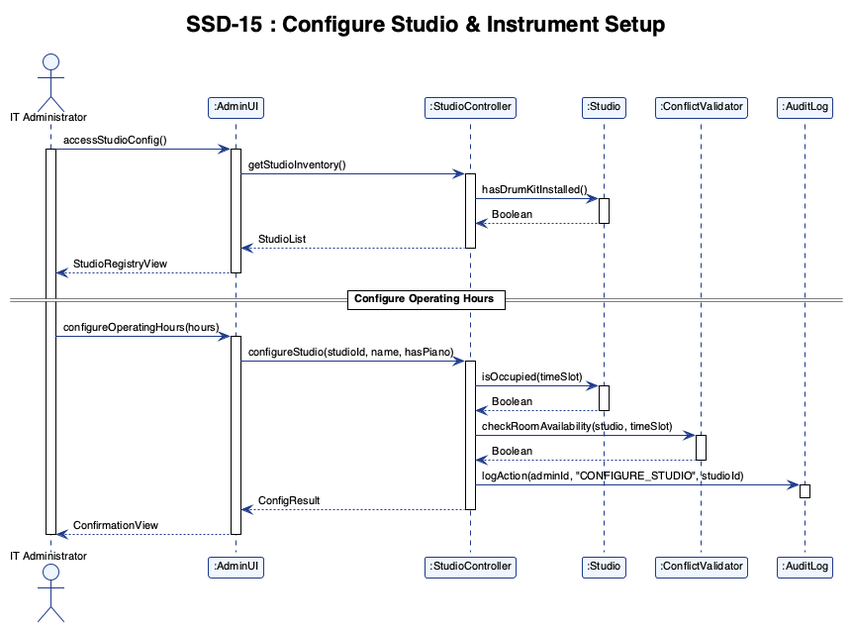
This is report/assets/ssd_15.png from adoreblvnk/2001temp, a PlantUML export, as it was before one commit.
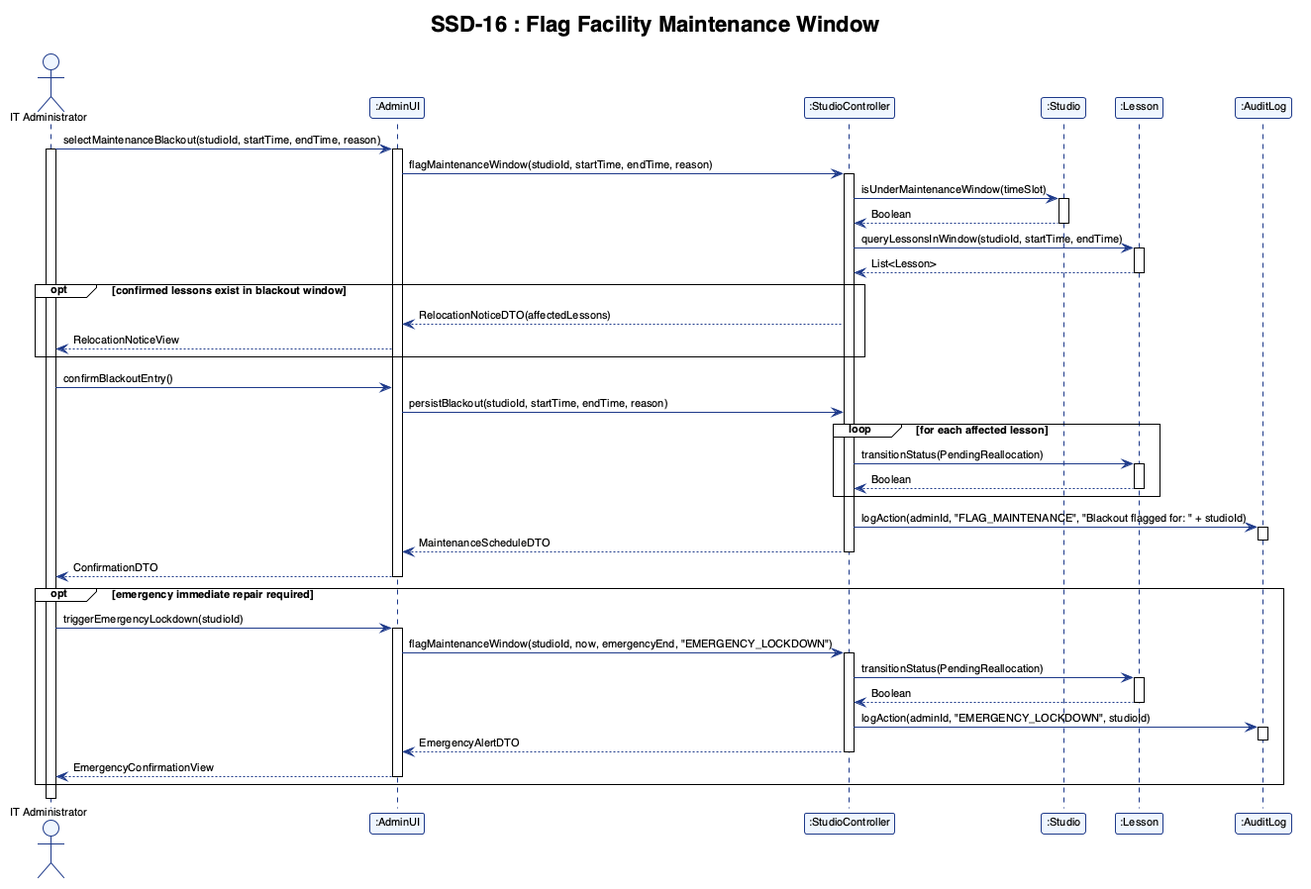
Above is the later version.

Change to the diagram source:
```diff
@@ -1,4 +1,4 @@
-@startuml ssd_15
+@startuml ssd_16
 !theme plain
 skinparam shadowing false
 skinparam defaultFontName "Helvetica", "Arial", sans-serif
@@ -13,50 +13,72 @@
     ActorBackgroundColor #EFF6FF
 }
 
-title SSD-15 : Configure Studio & Instrument Setup
+title SSD-16 : Flag Facility Maintenance Window
 
 actor "IT Administrator" as ITAdmin
 participant ":AdminUI" as AdminUI
 participant ":StudioController" as StudioController
 participant ":Studio" as Studio
-participant ":ConflictValidator" as ConflictValidator
+participant ":Lesson" as Lesson
 participant ":AuditLog" as AuditLog
 
-ITAdmin -> AdminUI : accessStudioConfig()
+ITAdmin -> AdminUI : selectMaintenanceBlackout(studioId, startTime, endTime, reason)
 activate ITAdmin
 activate AdminUI
-AdminUI -> StudioController : getStudioInventory()
+AdminUI -> StudioController : flagMaintenanceWindow(studioId, startTime, endTime, reason)
 activate StudioController
-StudioController -> Studio : hasDrumKitInstalled()
+
+StudioController -> Studio : isUnderMaintenanceWindow(timeSlot)
 activate Studio
 Studio --> StudioController : Boolean
 deactivate Studio
-StudioController --> AdminUI : StudioList
+
+StudioController -> Lesson : queryLessonsInWindow(studioId, startTime, endTime)
+activate Lesson
+Lesson --> StudioController : List<Lesson>
+deactivate Lesson
+
+opt confirmed lessons exist in blackout window
+    StudioController --> AdminUI : RelocationNoticeDTO(affectedLessons)
+    AdminUI --> ITAdmin : RelocationNoticeView
+end
+
+ITAdmin -> AdminUI : confirmBlackoutEntry()
+AdminUI -> StudioController : persistBlackout(studioId, startTime, endTime, reason)
+
+loop for each affected lesson
+    StudioController -> Lesson : transitionStatus(PendingReallocation)
+    activate Lesson
+    Lesson --> StudioController : Boolean
+    deactivate Lesson
+end
+
+StudioController -> AuditLog : logAction(adminId, "FLAG_MAINTENANCE", "Blackout flagged for: " + studioId)
+activate AuditLog
+deactivate AuditLog
+
+StudioController --> AdminUI : MaintenanceScheduleDTO
 deactivate StudioController
-AdminUI --> ITAdmin : StudioRegistryView
+AdminUI --> ITAdmin : ConfirmationDTO
 deactivate AdminUI
 
-== Configure Operating Hours ==
-
-ITAdmin -> AdminUI : configureOperatingHours(hours)
-activate AdminUI
-AdminUI -> StudioController : configureStudio(studioId, name, hasPiano)
-activate StudioController
-StudioController -> Studio : isOccupied(timeSlot)
-activate Studio
-Studio --> StudioController : Boolean
-deactivate Studio
-StudioController -> ConflictValidator : checkRoomAvailability(studio, timeSlot)
-activate ConflictValidator
-ConflictValidator --> StudioController : Boolean
-deactivate ConflictValidator
-StudioController -> AuditLog : logAction(adminId, "CONFIGURE_STUDIO", studioId)
-activate AuditLog
-deactivate AuditLog
-StudioController --> AdminUI : ConfigResult
-deactivate StudioController
-AdminUI --> ITAdmin : ConfirmationView
-deactivate AdminUI
+opt emergency immediate repair required
+    ITAdmin -> AdminUI : triggerEmergencyLockdown(studioId)
+    activate AdminUI
+    AdminUI -> StudioController : flagMaintenanceWindow(studioId, now, emergencyEnd, "EMERGENCY_LOCKDOWN")
+    activate StudioController
+    StudioController -> Lesson : transitionStatus(PendingReallocation)
+    activate Lesson
+    Lesson --> StudioController : Boolean
+    deactivate Lesson
+    StudioController -> AuditLog : logAction(adminId, "EMERGENCY_LOCKDOWN", studioId)
+    activate AuditLog
+    deactivate AuditLog
+    StudioController --> AdminUI : EmergencyAlertDTO
+    deactivate StudioController
+    AdminUI --> ITAdmin : EmergencyConfirmationView
+    deactivate AdminUI
+end
 
 deactivate ITAdmin
 @enduml
```
